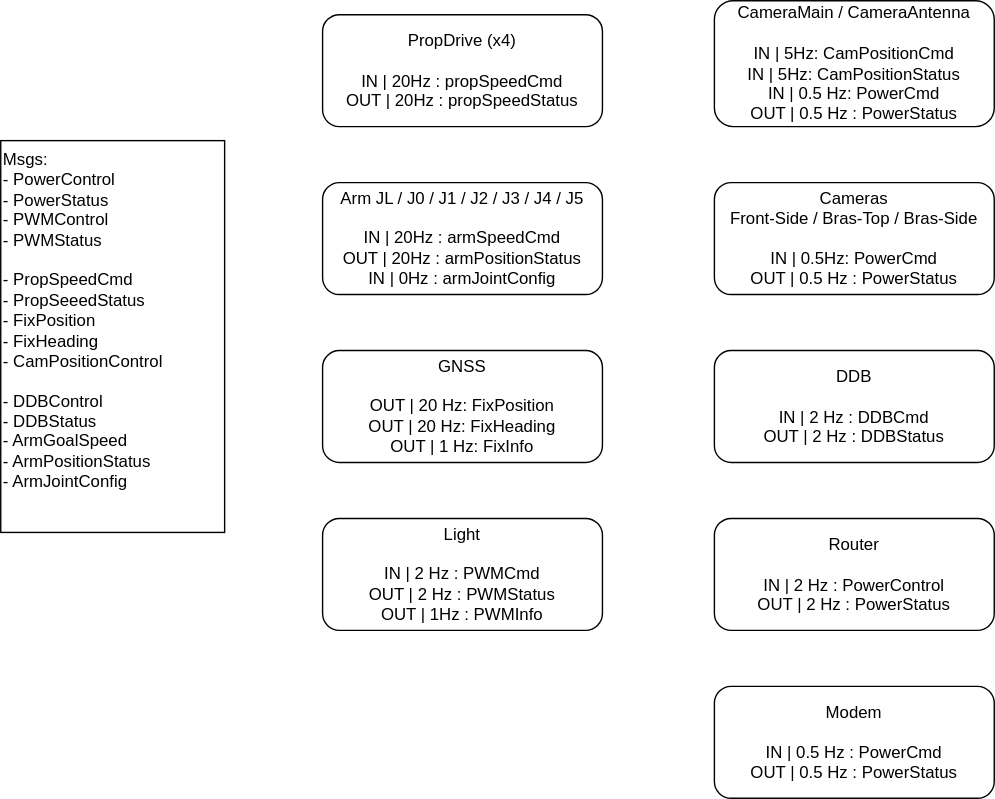
robotique-udes/rover_documentation keeps this draw.io diagram as doc/architecture/can_network.svg. Above is the earlier version. Source tidied: cells renumbered, new cells last; positions are measured from the earlier drawing's top-left corner, leaving out a move shared by most shapes.
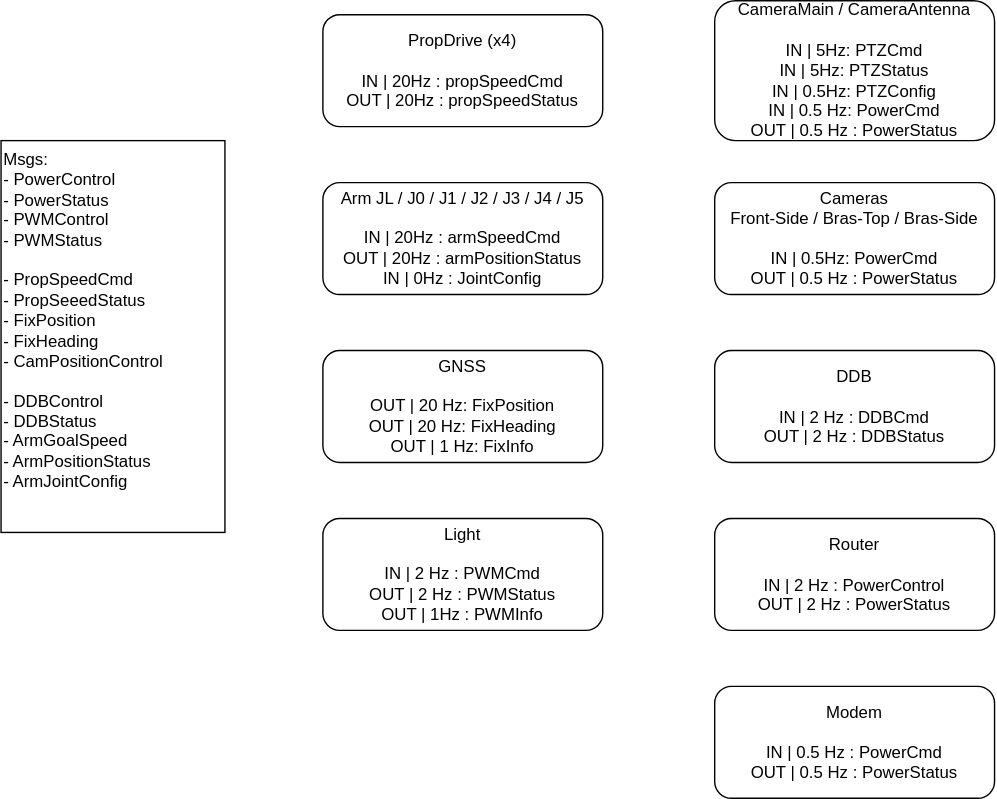
The same diagram one commit later.

What changed in the source:
```diff
@@ -8,13 +8,13 @@
     <mxCell id="3" value="GNSS&lt;br&gt;&lt;br&gt;&lt;div&gt;OUT | 20 Hz: FixPosition&lt;div&gt;OUT | 20 Hz: FixHeading&lt;br&gt;OUT | 1 Hz: FixInfo&lt;/div&gt;&lt;/div&gt;" style="rounded=1;whiteSpace=wrap;html=1;" parent="1" vertex="1">
       <mxGeometry x="230" y="250" width="200" height="80" as="geometry" />
     </mxCell>
-    <mxCell id="4" value="CameraMain / CameraAntenna&lt;div&gt;&lt;br&gt;IN | 5Hz: CamPositionCmd&lt;/div&gt;&lt;div&gt;IN | 5Hz: CamPositionStatus&lt;br&gt;&lt;div&gt;IN | 0.5 Hz: PowerCmd&lt;br&gt;&lt;/div&gt;&lt;/div&gt;&lt;div&gt;OUT | 0.5 Hz : PowerStatus&lt;br&gt;&lt;/div&gt;" style="rounded=1;whiteSpace=wrap;html=1;" parent="1" vertex="1">
-      <mxGeometry x="510" width="200" height="90" as="geometry" />
+    <mxCell id="4" value="CameraMain / CameraAntenna&lt;div&gt;&lt;br&gt;IN | 5Hz: PTZCmd&lt;/div&gt;&lt;div&gt;IN | 5Hz: PTZStatus&lt;/div&gt;&lt;div&gt;IN | 0.5Hz: PTZConfig&lt;br&gt;&lt;div&gt;IN | 0.5 Hz: PowerCmd&lt;br&gt;&lt;/div&gt;&lt;/div&gt;&lt;div&gt;OUT | 0.5 Hz : PowerStatus&lt;br&gt;&lt;/div&gt;" style="rounded=1;whiteSpace=wrap;html=1;" parent="1" vertex="1">
+      <mxGeometry x="510" width="200" height="100" as="geometry" />
     </mxCell>
     <mxCell id="5" value="Cameras&lt;div&gt;Front-Side / Bras-Top / Bras-Side&lt;/div&gt;&lt;div&gt;&lt;br&gt;&lt;div&gt;IN | 0.5Hz: PowerCmd&lt;br&gt;&lt;/div&gt;&lt;/div&gt;&lt;div&gt;OUT | 0.5 Hz : PowerStatus&lt;br&gt;&lt;/div&gt;" style="rounded=1;whiteSpace=wrap;html=1;" parent="1" vertex="1">
       <mxGeometry x="510" y="130" width="200" height="80" as="geometry" />
     </mxCell>
-    <mxCell id="6" value="Arm JL / J0 / J1 / J2 / J3 / J4 / J5&lt;br&gt;&lt;br&gt;IN | 20Hz : armSpeedCmd&lt;br&gt;OUT | 20Hz : armPositionStatus&lt;div&gt;IN | 0Hz : armJointConfig&lt;/div&gt;" style="rounded=1;whiteSpace=wrap;html=1;" parent="1" vertex="1">
+    <mxCell id="6" value="Arm JL / J0 / J1 / J2 / J3 / J4 / J5&lt;br&gt;&lt;br&gt;IN | 20Hz : armSpeedCmd&lt;br&gt;OUT | 20Hz : armPositionStatus&lt;div&gt;IN | 0Hz : JointConfig&lt;/div&gt;" style="rounded=1;whiteSpace=wrap;html=1;" parent="1" vertex="1">
       <mxGeometry x="230" y="130" width="200" height="80" as="geometry" />
     </mxCell>
     <mxCell id="7" value="Light&lt;br&gt;&lt;br&gt;IN | 2 Hz : PWMCmd&lt;div&gt;OUT | 2 Hz : PWMStatus&lt;br&gt;&lt;/div&gt;&lt;div&gt;OUT | 1Hz : PWMInfo&lt;/div&gt;" style="rounded=1;whiteSpace=wrap;html=1;" parent="1" vertex="1">
```
